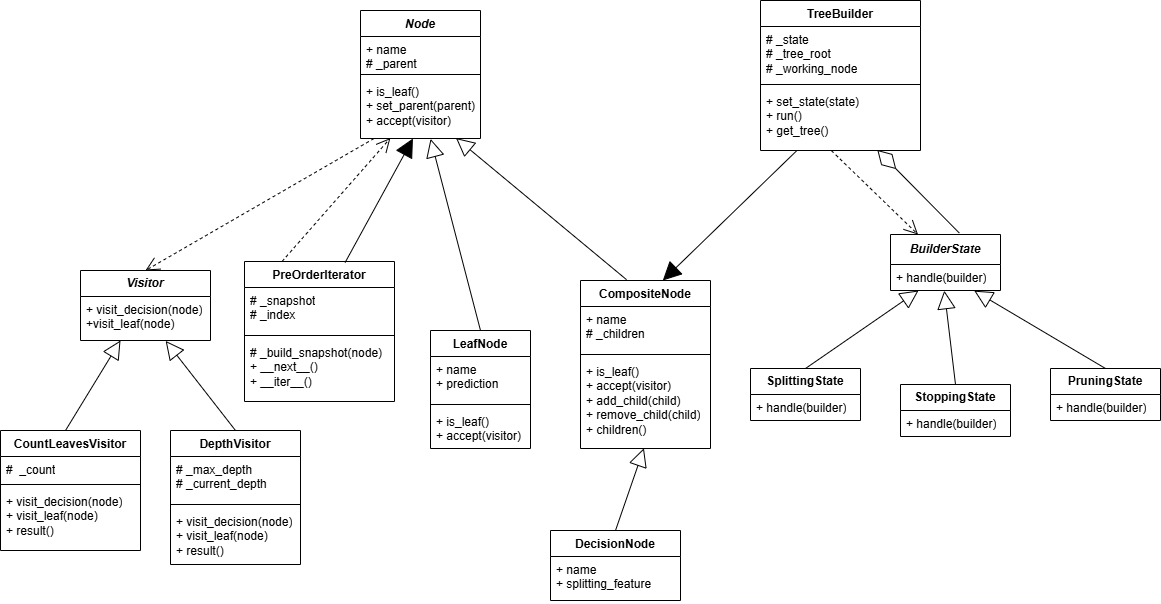
Earlier version of the draw.io export class_diagram.png (LeonardoAleee/DecisionTreeDesignPatterns). Source tidied: cells renumbered, new cells last; positions are measured from the earlier drawing's top-left corner, leaving out a move shared by most shapes.
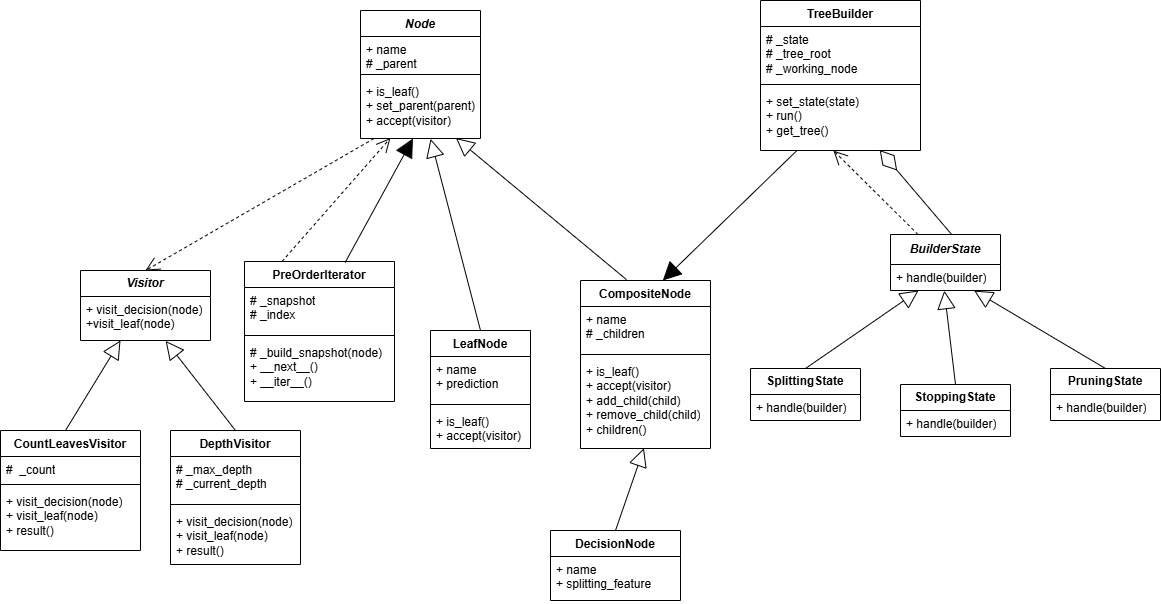
Above is the later version.

Change to the diagram source:
```diff
@@ -139,10 +139,10 @@
     <mxCell id="45" style="endArrow=block;endSize=16;endFill=1;html=1;rounded=0;exitX=0.671;exitY=0.007;exitDx=0;exitDy=0;strokeColor=default;flowAnimation=0;shadow=0;exitPerimeter=0;entryX=0.437;entryY=1;entryDx=0;entryDy=0;entryPerimeter=0;" parent="1" edge="1" source="9" target="5">
       <mxGeometry relative="1" as="geometry" />
     </mxCell>
-    <mxCell id="46" style="endArrow=open;endSize=12;dashed=1;html=1;rounded=0;exitX=0.443;exitY=1.002;exitDx=0;exitDy=0;exitPerimeter=0;entryX=0.25;entryY=0;entryDx=0;entryDy=0;" parent="1" edge="1" source="43" target="24">
+    <mxCell id="46" style="endArrow=open;endSize=12;dashed=1;html=1;rounded=0;entryX=0.456;entryY=1.002;entryDx=0;entryDy=0;entryPerimeter=0;exitX=0.25;exitY=0;exitDx=0;exitDy=0;" parent="1" edge="1" source="24" target="43">
       <mxGeometry relative="1" as="geometry" />
     </mxCell>
-    <mxCell id="47" style="endArrow=diamondThin;endFill=0;endSize=24;html=1;rounded=0;entryX=0.73;entryY=0.991;entryDx=0;entryDy=0;entryPerimeter=0;exitX=0.626;exitY=-0.025;exitDx=0;exitDy=0;exitPerimeter=0;" parent="1" edge="1" source="24" target="43">
+    <mxCell id="47" style="endArrow=diamondThin;endFill=0;endSize=24;html=1;rounded=0;exitX=0.554;exitY=-0.005;exitDx=0;exitDy=0;exitPerimeter=0;entryX=0.745;entryY=0.993;entryDx=0;entryDy=0;entryPerimeter=0;" parent="1" edge="1" source="24" target="43">
       <mxGeometry relative="1" as="geometry" />
     </mxCell>
     <mxCell id="48" value="DepthVisitor" style="swimlane;fontStyle=1;align=center;verticalAlign=top;horizontal=1;startSize=26;whiteSpace=wrap;html=1;" parent="1" vertex="1">
```
